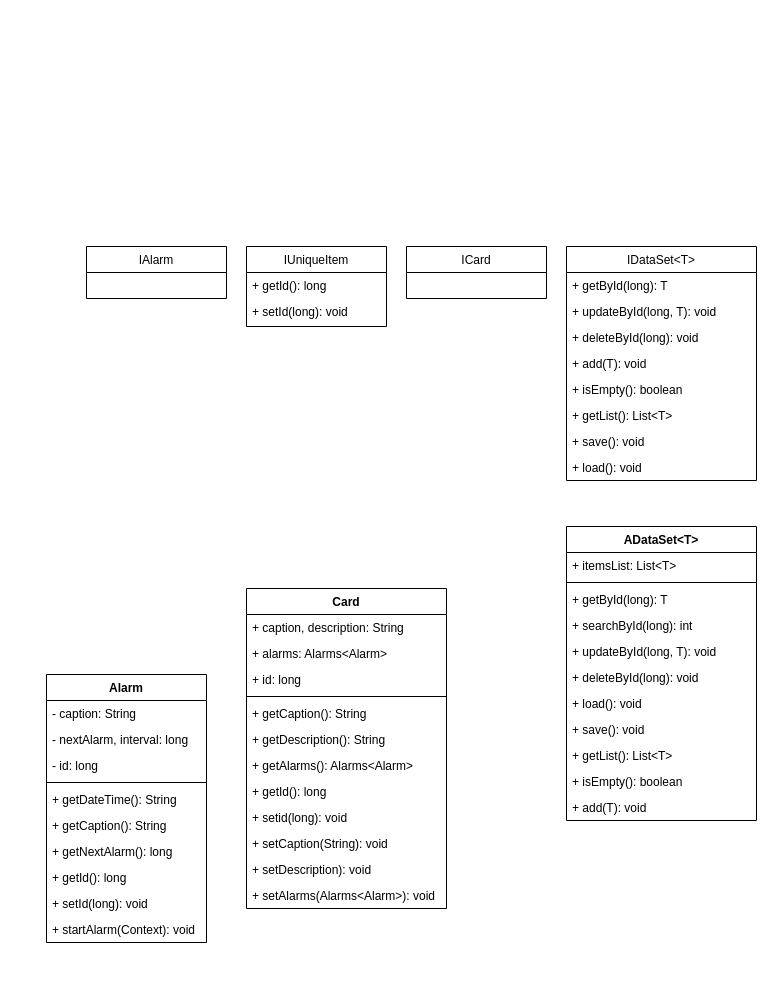
Above: Model Diagram.drawio in Fake-Make/Dont_Forget (draw.io), before the change. Source tidied: cells renumbered, new cells numbered last; positions are measured from the earlier drawing's top-left corner, leaving out a move shared by most shapes. Both pictures are drawn from the tidied source at 100%, with x=0, y=0 at pixel (46, 246).
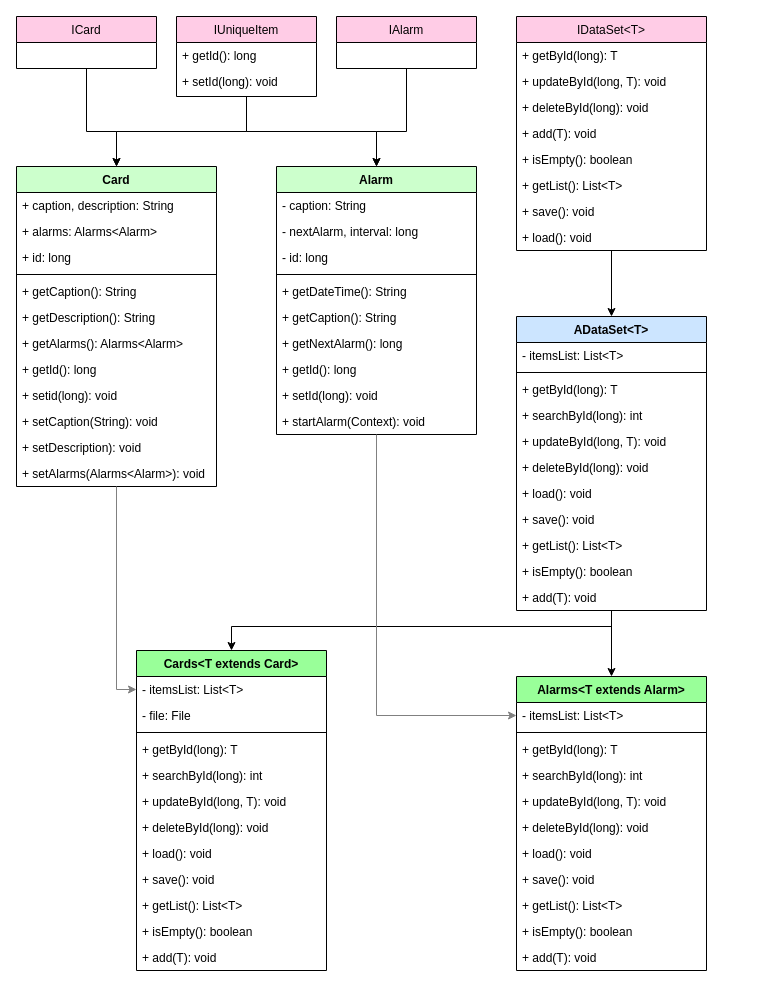
The same diagram, later.

Change to the diagram source:
```diff
@@
-    <mxCell id="2" value="IAlarm" style="swimlane;fontStyle=0;horizontal=1;startSize=26;fillColor=none;" parent="1" vertex="1">
-      <mxGeometry x="40" width="140" height="52" as="geometry" />
-    </mxCell>
-    <mxCell id="3" value="ICard" style="swimlane;fontStyle=0;horizontal=1;startSize=26;fillColor=none;" parent="1" vertex="1">
-      <mxGeometry x="360" width="140" height="52" as="geometry" />
-    </mxCell>
-    <mxCell id="4" value="IUniqueItem" style="swimlane;fontStyle=0;horizontal=1;startSize=26;fillColor=none;" parent="1" vertex="1">
-      <mxGeometry x="200" width="140" height="80" as="geometry" />
-    </mxCell>
-    <mxCell id="5" value="+ getId(): long" style="text;strokeColor=none;fillColor=none;align=left;verticalAlign=top;spacingLeft=4;spacingRight=4;overflow=hidden;" parent="4" vertex="1">
-      <mxGeometry y="26" width="140" height="26" as="geometry" />
-    </mxCell>
-    <mxCell id="6" value="+ setId(long): void" style="text;strokeColor=none;fillColor=none;align=left;verticalAlign=top;spacingLeft=4;spacingRight=4;overflow=hidden;" parent="4" vertex="1">
-      <mxGeometry y="52" width="140" height="28" as="geometry" />
-    </mxCell>
+    <mxCell id="52" style="group;" parent="1" vertex="1">
+      <mxGeometry x="-30" y="-230" width="690" height="954" as="geometry" />
+    </mxCell>
-    <mxCell id="7" value="IDataSet&lt;T&gt;" style="swimlane;fontStyle=0;horizontal=1;startSize=26;fillColor=none;" parent="1" vertex="1">
-      <mxGeometry x="520" width="190" height="234" as="geometry" />
+    <mxCell id="7" value="IDataSet&lt;T&gt;" style="swimlane;fontStyle=0;horizontal=1;startSize=26;fillColor=#FFCCE6;" parent="52" vertex="1">
+      <mxGeometry x="500" width="190" height="234" as="geometry" />
     </mxCell>
@@
+    <mxCell id="40" value="ADataSet&lt;T&gt;" style="swimlane;fontStyle=1;align=center;verticalAlign=top;horizontal=1;startSize=26;fillColor=#CCE5FF;" parent="52" vertex="1">
+      <mxGeometry x="500" y="300" width="190" height="294" as="geometry" />
+    </mxCell>
+    <mxCell id="41" value="- itemsList: List&lt;T&gt;" style="text;strokeColor=none;fillColor=none;align=left;verticalAlign=top;spacingLeft=4;spacingRight=4;overflow=hidden;" parent="40" vertex="1">
+      <mxGeometry y="26" width="190" height="26" as="geometry" />
+    </mxCell>
+    <mxCell id="42" style="line;strokeWidth=1;fillColor=none;align=left;verticalAlign=middle;spacingTop=-1;spacingLeft=3;spacingRight=3;labelPosition=right;" parent="40" vertex="1">
+      <mxGeometry y="52" width="190" height="8" as="geometry" />
+    </mxCell>
+    <mxCell id="43" value="+ getById(long): T" style="text;strokeColor=none;fillColor=none;align=left;verticalAlign=top;spacingLeft=4;spacingRight=4;overflow=hidden;" parent="40" vertex="1">
+      <mxGeometry y="60" width="190" height="26" as="geometry" />
+    </mxCell>
+    <mxCell id="44" value="+ searchById(long): int" style="text;strokeColor=none;fillColor=none;align=left;verticalAlign=top;spacingLeft=4;spacingRight=4;overflow=hidden;" parent="40" vertex="1">
+      <mxGeometry y="86" width="190" height="26" as="geometry" />
+    </mxCell>
+    <mxCell id="45" value="+ updateById(long, T): void" style="text;strokeColor=none;fillColor=none;align=left;verticalAlign=top;spacingLeft=4;spacingRight=4;overflow=hidden;" parent="40" vertex="1">
+      <mxGeometry y="112" width="190" height="26" as="geometry" />
+    </mxCell>
+    <mxCell id="46" value="+ deleteById(long): void" style="text;strokeColor=none;fillColor=none;align=left;verticalAlign=top;spacingLeft=4;spacingRight=4;overflow=hidden;" parent="40" vertex="1">
+      <mxGeometry y="138" width="190" height="26" as="geometry" />
+    </mxCell>
+    <mxCell id="47" value="+ load(): void" style="text;strokeColor=none;fillColor=none;align=left;verticalAlign=top;spacingLeft=4;spacingRight=4;overflow=hidden;" parent="40" vertex="1">
+      <mxGeometry y="164" width="190" height="26" as="geometry" />
+    </mxCell>
+    <mxCell id="48" value="+ save(): void" style="text;strokeColor=none;fillColor=none;align=left;verticalAlign=top;spacingLeft=4;spacingRight=4;overflow=hidden;" parent="40" vertex="1">
+      <mxGeometry y="190" width="190" height="26" as="geometry" />
+    </mxCell>
+    <mxCell id="49" value="+ getList(): List&lt;T&gt;" style="text;strokeColor=none;fillColor=none;align=left;verticalAlign=top;spacingLeft=4;spacingRight=4;overflow=hidden;" parent="40" vertex="1">
+      <mxGeometry y="216" width="190" height="26" as="geometry" />
+    </mxCell>
+    <mxCell id="50" value="+ isEmpty(): boolean" style="text;strokeColor=none;fillColor=none;align=left;verticalAlign=top;spacingLeft=4;spacingRight=4;overflow=hidden;" parent="40" vertex="1">
+      <mxGeometry y="242" width="190" height="26" as="geometry" />
+    </mxCell>
+    <mxCell id="51" value="+ add(T): void" style="text;strokeColor=none;fillColor=none;align=left;verticalAlign=top;spacingLeft=4;spacingRight=4;overflow=hidden;" parent="40" vertex="1">
+      <mxGeometry y="268" width="190" height="26" as="geometry" />
+    </mxCell>
+    <mxCell id="53" style="edgeStyle=orthogonalEdgeStyle;rounded=0;jettySize=auto;html=1;entryX=0.5;entryY=0;entryDx=0;entryDy=0;" parent="52" edge="1" source="7" target="40">
+      <mxGeometry relative="1" as="geometry" />
+    </mxCell>
+    <mxCell id="54" value="Alarms&lt;T extends Alarm&gt;" style="swimlane;fontStyle=1;align=center;verticalAlign=top;horizontal=1;startSize=26;fillColor=#99FF99;" parent="52" vertex="1">
+      <mxGeometry x="500" y="660" width="190" height="294" as="geometry" />
+    </mxCell>
+    <mxCell id="55" value="- itemsList: List&lt;T&gt;" style="text;strokeColor=none;fillColor=none;align=left;verticalAlign=top;spacingLeft=4;spacingRight=4;overflow=hidden;points=[[0,0.5],[1,0.5]];portConstraint=eastwest;" parent="54" vertex="1">
+      <mxGeometry y="26" width="190" height="26" as="geometry" />
+    </mxCell>
+    <mxCell id="56" style="line;strokeWidth=1;fillColor=none;align=left;verticalAlign=middle;spacingTop=-1;spacingLeft=3;spacingRight=3;labelPosition=right;" parent="54" vertex="1">
+      <mxGeometry y="52" width="190" height="8" as="geometry" />
+    </mxCell>
+    <mxCell id="57" value="+ getById(long): T" style="text;strokeColor=none;fillColor=none;align=left;verticalAlign=top;spacingLeft=4;spacingRight=4;overflow=hidden;" parent="54" vertex="1">
+      <mxGeometry y="60" width="190" height="26" as="geometry" />
+    </mxCell>
+    <mxCell id="58" value="+ searchById(long): int" style="text;strokeColor=none;fillColor=none;align=left;verticalAlign=top;spacingLeft=4;spacingRight=4;overflow=hidden;" parent="54" vertex="1">
+      <mxGeometry y="86" width="190" height="26" as="geometry" />
+    </mxCell>
+    <mxCell id="59" value="+ updateById(long, T): void" style="text;strokeColor=none;fillColor=none;align=left;verticalAlign=top;spacingLeft=4;spacingRight=4;overflow=hidden;" parent="54" vertex="1">
+      <mxGeometry y="112" width="190" height="26" as="geometry" />
+    </mxCell>
+    <mxCell id="60" value="+ deleteById(long): void" style="text;strokeColor=none;fillColor=none;align=left;verticalAlign=top;spacingLeft=4;spacingRight=4;overflow=hidden;" parent="54" vertex="1">
+      <mxGeometry y="138" width="190" height="26" as="geometry" />
+    </mxCell>
+    <mxCell id="61" value="+ load(): void" style="text;strokeColor=none;fillColor=none;align=left;verticalAlign=top;spacingLeft=4;spacingRight=4;overflow=hidden;" parent="54" vertex="1">
+      <mxGeometry y="164" width="190" height="26" as="geometry" />
+    </mxCell>
+    <mxCell id="62" value="+ save(): void" style="text;strokeColor=none;fillColor=none;align=left;verticalAlign=top;spacingLeft=4;spacingRight=4;overflow=hidden;" parent="54" vertex="1">
+      <mxGeometry y="190" width="190" height="26" as="geometry" />
+    </mxCell>
+    <mxCell id="63" value="+ getList(): List&lt;T&gt;" style="text;strokeColor=none;fillColor=none;align=left;verticalAlign=top;spacingLeft=4;spacingRight=4;overflow=hidden;" parent="54" vertex="1">
+      <mxGeometry y="216" width="190" height="26" as="geometry" />
+    </mxCell>
+    <mxCell id="64" value="+ isEmpty(): boolean" style="text;strokeColor=none;fillColor=none;align=left;verticalAlign=top;spacingLeft=4;spacingRight=4;overflow=hidden;" parent="54" vertex="1">
+      <mxGeometry y="242" width="190" height="26" as="geometry" />
+    </mxCell>
+    <mxCell id="65" value="+ add(T): void" style="text;strokeColor=none;fillColor=none;align=left;verticalAlign=top;spacingLeft=4;spacingRight=4;overflow=hidden;" parent="54" vertex="1">
+      <mxGeometry y="268" width="190" height="26" as="geometry" />
+    </mxCell>
+    <mxCell id="66" style="edgeStyle=orthogonalEdgeStyle;rounded=0;jettySize=auto;html=1;" parent="52" edge="1" source="40" target="54">
+      <mxGeometry relative="1" as="geometry" />
+    </mxCell>
+    <mxCell id="67" value="Cards&lt;T extends Card&gt;" style="swimlane;fontStyle=1;align=center;verticalAlign=top;horizontal=1;startSize=26;fillColor=#99FF99;" parent="52" vertex="1">
+      <mxGeometry x="120" y="634" width="190" height="320" as="geometry" />
+    </mxCell>
+    <mxCell id="68" value="- itemsList: List&lt;T&gt;" style="text;strokeColor=none;fillColor=none;align=left;verticalAlign=top;spacingLeft=4;spacingRight=4;overflow=hidden;points=[[0,0.5],[1,0.5]];portConstraint=eastwest;" parent="67" vertex="1">
+      <mxGeometry y="26" width="190" height="26" as="geometry" />
+    </mxCell>
+    <mxCell id="69" value="- file: File" style="text;strokeColor=none;fillColor=none;align=left;verticalAlign=top;spacingLeft=4;spacingRight=4;overflow=hidden;" parent="67" vertex="1">
+      <mxGeometry y="52" width="190" height="26" as="geometry" />
+    </mxCell>
+    <mxCell id="70" style="line;strokeWidth=1;fillColor=none;align=left;verticalAlign=middle;spacingTop=-1;spacingLeft=3;spacingRight=3;labelPosition=right;" parent="67" vertex="1">
+      <mxGeometry y="78" width="190" height="8" as="geometry" />
+    </mxCell>
+    <mxCell id="71" value="+ getById(long): T" style="text;strokeColor=none;fillColor=none;align=left;verticalAlign=top;spacingLeft=4;spacingRight=4;overflow=hidden;" parent="67" vertex="1">
+      <mxGeometry y="86" width="190" height="26" as="geometry" />
+    </mxCell>
+    <mxCell id="72" value="+ searchById(long): int" style="text;strokeColor=none;fillColor=none;align=left;verticalAlign=top;spacingLeft=4;spacingRight=4;overflow=hidden;" parent="67" vertex="1">
+      <mxGeometry y="112" width="190" height="26" as="geometry" />
+    </mxCell>
+    <mxCell id="73" value="+ updateById(long, T): void" style="text;strokeColor=none;fillColor=none;align=left;verticalAlign=top;spacingLeft=4;spacingRight=4;overflow=hidden;" parent="67" vertex="1">
+      <mxGeometry y="138" width="190" height="26" as="geometry" />
+    </mxCell>
+    <mxCell id="74" value="+ deleteById(long): void" style="text;strokeColor=none;fillColor=none;align=left;verticalAlign=top;spacingLeft=4;spacingRight=4;overflow=hidden;" parent="67" vertex="1">
+      <mxGeometry y="164" width="190" height="26" as="geometry" />
+    </mxCell>
+    <mxCell id="75" value="+ load(): void" style="text;strokeColor=none;fillColor=none;align=left;verticalAlign=top;spacingLeft=4;spacingRight=4;overflow=hidden;" parent="67" vertex="1">
+      <mxGeometry y="190" width="190" height="26" as="geometry" />
+    </mxCell>
+    <mxCell id="76" value="+ save(): void" style="text;strokeColor=none;fillColor=none;align=left;verticalAlign=top;spacingLeft=4;spacingRight=4;overflow=hidden;" parent="67" vertex="1">
+      <mxGeometry y="216" width="190" height="26" as="geometry" />
+    </mxCell>
+    <mxCell id="77" value="+ getList(): List&lt;T&gt;" style="text;strokeColor=none;fillColor=none;align=left;verticalAlign=top;spacingLeft=4;spacingRight=4;overflow=hidden;" parent="67" vertex="1">
+      <mxGeometry y="242" width="190" height="26" as="geometry" />
+    </mxCell>
+    <mxCell id="78" value="+ isEmpty(): boolean" style="text;strokeColor=none;fillColor=none;align=left;verticalAlign=top;spacingLeft=4;spacingRight=4;overflow=hidden;" parent="67" vertex="1">
+      <mxGeometry y="268" width="190" height="26" as="geometry" />
+    </mxCell>
+    <mxCell id="79" value="+ add(T): void" style="text;strokeColor=none;fillColor=none;align=left;verticalAlign=top;spacingLeft=4;spacingRight=4;overflow=hidden;" parent="67" vertex="1">
+      <mxGeometry y="294" width="190" height="26" as="geometry" />
+    </mxCell>
+    <mxCell id="80" style="edgeStyle=orthogonalEdgeStyle;rounded=0;jettySize=auto;html=1;" parent="52" edge="1" source="40" target="67">
+      <mxGeometry relative="1" as="geometry">
+        <Array as="points">
+          <mxPoint x="595" y="610" />
+          <mxPoint x="215" y="610" />
+        </Array>
+      </mxGeometry>
+    </mxCell>
+    <mxCell id="2" value="IAlarm" style="swimlane;fontStyle=0;horizontal=1;startSize=26;fillColor=#FFCCE6;" parent="52" vertex="1">
+      <mxGeometry x="320" width="140" height="52" as="geometry" />
+    </mxCell>
+    <mxCell id="3" value="ICard" style="swimlane;fontStyle=0;horizontal=1;startSize=26;fillColor=#FFCCE6;" parent="52" vertex="1">
+      <mxGeometry width="140" height="52" as="geometry" />
+    </mxCell>
+    <mxCell id="4" value="IUniqueItem" style="swimlane;fontStyle=0;horizontal=1;startSize=26;fillColor=#FFCCE6;" parent="52" vertex="1">
+      <mxGeometry x="160" width="140" height="80" as="geometry" />
+    </mxCell>
+    <mxCell id="5" value="+ getId(): long" style="text;strokeColor=none;fillColor=none;align=left;verticalAlign=top;spacingLeft=4;spacingRight=4;overflow=hidden;" parent="4" vertex="1">
+      <mxGeometry y="26" width="140" height="26" as="geometry" />
+    </mxCell>
+    <mxCell id="6" value="+ setId(long): void" style="text;strokeColor=none;fillColor=none;align=left;verticalAlign=top;spacingLeft=4;spacingRight=4;overflow=hidden;" parent="4" vertex="1">
+      <mxGeometry y="52" width="140" height="28" as="geometry" />
+    </mxCell>
-    <mxCell id="16" value="Alarm" style="swimlane;fontStyle=1;align=center;verticalAlign=top;horizontal=1;startSize=26;" parent="1" vertex="1">
-      <mxGeometry y="428" width="160" height="268" as="geometry" />
+    <mxCell id="16" value="Alarm" style="swimlane;fontStyle=1;align=center;verticalAlign=top;horizontal=1;startSize=26;fillColor=#CCFFCC;" parent="52" vertex="1">
+      <mxGeometry x="260" y="150" width="200" height="268" as="geometry" />
     </mxCell>
     <mxCell id="17" value="- caption: String" style="text;strokeColor=none;fillColor=none;align=left;verticalAlign=top;spacingLeft=4;spacingRight=4;overflow=hidden;" parent="16" vertex="1">
-      <mxGeometry y="26" width="160" height="26" as="geometry" />
+      <mxGeometry y="26" width="200" height="26" as="geometry" />
     </mxCell>
     <mxCell id="18" value="- nextAlarm, interval: long" style="text;strokeColor=none;fillColor=none;align=left;verticalAlign=top;spacingLeft=4;spacingRight=4;overflow=hidden;" parent="16" vertex="1">
-      <mxGeometry y="52" width="160" height="26" as="geometry" />
+      <mxGeometry y="52" width="200" height="26" as="geometry" />
     </mxCell>
     <mxCell id="19" value="- id: long" style="text;strokeColor=none;fillColor=none;align=left;verticalAlign=top;spacingLeft=4;spacingRight=4;overflow=hidden;" parent="16" vertex="1">
-      <mxGeometry y="78" width="160" height="26" as="geometry" />
+      <mxGeometry y="78" width="200" height="26" as="geometry" />
     </mxCell>
     <mxCell id="20" style="line;strokeWidth=1;fillColor=none;align=left;verticalAlign=middle;spacingTop=-1;spacingLeft=3;spacingRight=3;labelPosition=right;" parent="16" vertex="1">
-      <mxGeometry y="104" width="160" height="8" as="geometry" />
+      <mxGeometry y="104" width="200" height="8" as="geometry" />
     </mxCell>
     <mxCell id="21" value="+ getDateTime(): String" style="text;strokeColor=none;fillColor=none;align=left;verticalAlign=top;spacingLeft=4;spacingRight=4;overflow=hidden;" parent="16" vertex="1">
-      <mxGeometry y="112" width="160" height="26" as="geometry" />
+      <mxGeometry y="112" width="200" height="26" as="geometry" />
     </mxCell>
     <mxCell id="22" value="+ getCaption(): String" style="text;strokeColor=none;fillColor=none;align=left;verticalAlign=top;spacingLeft=4;spacingRight=4;overflow=hidden;" parent="16" vertex="1">
-      <mxGeometry y="138" width="160" height="26" as="geometry" />
+      <mxGeometry y="138" width="200" height="26" as="geometry" />
     </mxCell>
     <mxCell id="23" value="+ getNextAlarm(): long" style="text;strokeColor=none;fillColor=none;align=left;verticalAlign=top;spacingLeft=4;spacingRight=4;overflow=hidden;" parent="16" vertex="1">
-      <mxGeometry y="164" width="160" height="26" as="geometry" />
+      <mxGeometry y="164" width="200" height="26" as="geometry" />
     </mxCell>
     <mxCell id="24" value="+ getId(): long" style="text;strokeColor=none;fillColor=none;align=left;verticalAlign=top;spacingLeft=4;spacingRight=4;overflow=hidden;" parent="16" vertex="1">
-      <mxGeometry y="190" width="160" height="26" as="geometry" />
+      <mxGeometry y="190" width="200" height="26" as="geometry" />
     </mxCell>
     <mxCell id="25" value="+ setId(long): void" style="text;strokeColor=none;fillColor=none;align=left;verticalAlign=top;spacingLeft=4;spacingRight=4;overflow=hidden;" parent="16" vertex="1">
-      <mxGeometry y="216" width="160" height="26" as="geometry" />
+      <mxGeometry y="216" width="200" height="26" as="geometry" />
     </mxCell>
     <mxCell id="26" value="+ startAlarm(Context): void" style="text;strokeColor=none;fillColor=none;align=left;verticalAlign=top;spacingLeft=4;spacingRight=4;overflow=hidden;" parent="16" vertex="1">
-      <mxGeometry y="242" width="160" height="26" as="geometry" />
+      <mxGeometry y="242" width="200" height="26" as="geometry" />
     </mxCell>
+    <mxCell id="81" style="edgeStyle=orthogonalEdgeStyle;rounded=0;jettySize=auto;html=1;exitX=0.5;exitY=1;exitDx=0;exitDy=0;entryX=0.5;entryY=0;entryDx=0;entryDy=0;" parent="52" edge="1" source="2" target="16">
+      <mxGeometry relative="1" as="geometry">
+        <Array as="points">
+          <mxPoint x="390" y="115" />
+          <mxPoint x="360" y="115" />
+        </Array>
+      </mxGeometry>
+    </mxCell>
+    <mxCell id="82" style="edgeStyle=orthogonalEdgeStyle;rounded=0;jettySize=auto;html=1;entryX=0;entryY=0.5;entryDx=0;entryDy=0;strokeColor=#808080;" parent="52" edge="1" source="16" target="55">
+      <mxGeometry relative="1" as="geometry">
+        <Array as="points">
+          <mxPoint x="360" y="699" />
+        </Array>
+      </mxGeometry>
+    </mxCell>
+    <mxCell id="83" style="edgeStyle=orthogonalEdgeStyle;rounded=0;jettySize=auto;html=1;entryX=0.5;entryY=0;entryDx=0;entryDy=0;" parent="52" edge="1" source="4" target="16">
+      <mxGeometry relative="1" as="geometry" />
+    </mxCell>
-    <mxCell id="27" value="Card" style="swimlane;fontStyle=1;align=center;verticalAlign=top;horizontal=1;startSize=26;" parent="1" vertex="1">
-      <mxGeometry x="200" y="342" width="200" height="320" as="geometry" />
+    <mxCell id="27" value="Card" style="swimlane;fontStyle=1;align=center;verticalAlign=top;horizontal=1;startSize=26;fillColor=#CCFFCC;" parent="52" vertex="1">
+      <mxGeometry y="150" width="200" height="320" as="geometry" />
     </mxCell>
@@
-    <mxCell id="40" value="ADataSet&lt;T&gt;" style="swimlane;fontStyle=1;align=center;verticalAlign=top;horizontal=1;startSize=26;" parent="1" vertex="1">
-      <mxGeometry x="520" y="280" width="190" height="294" as="geometry" />
-    </mxCell>
-    <mxCell id="41" value="+ itemsList: List&lt;T&gt;" style="text;strokeColor=none;fillColor=none;align=left;verticalAlign=top;spacingLeft=4;spacingRight=4;overflow=hidden;" parent="40" vertex="1">
-      <mxGeometry y="26" width="190" height="26" as="geometry" />
-    </mxCell>
-    <mxCell id="42" style="line;strokeWidth=1;fillColor=none;align=left;verticalAlign=middle;spacingTop=-1;spacingLeft=3;spacingRight=3;labelPosition=right;" parent="40" vertex="1">
-      <mxGeometry y="52" width="190" height="8" as="geometry" />
-    </mxCell>
-    <mxCell id="43" value="+ getById(long): T" style="text;strokeColor=none;fillColor=none;align=left;verticalAlign=top;spacingLeft=4;spacingRight=4;overflow=hidden;" parent="40" vertex="1">
-      <mxGeometry y="60" width="190" height="26" as="geometry" />
-    </mxCell>
-    <mxCell id="44" value="+ searchById(long): int" style="text;strokeColor=none;fillColor=none;align=left;verticalAlign=top;spacingLeft=4;spacingRight=4;overflow=hidden;" parent="40" vertex="1">
-      <mxGeometry y="86" width="190" height="26" as="geometry" />
-    </mxCell>
-    <mxCell id="45" value="+ updateById(long, T): void" style="text;strokeColor=none;fillColor=none;align=left;verticalAlign=top;spacingLeft=4;spacingRight=4;overflow=hidden;" parent="40" vertex="1">
-      <mxGeometry y="112" width="190" height="26" as="geometry" />
-    </mxCell>
-    <mxCell id="46" value="+ deleteById(long): void" style="text;strokeColor=none;fillColor=none;align=left;verticalAlign=top;spacingLeft=4;spacingRight=4;overflow=hidden;" parent="40" vertex="1">
-      <mxGeometry y="138" width="190" height="26" as="geometry" />
-    </mxCell>
-    <mxCell id="47" value="+ load(): void" style="text;strokeColor=none;fillColor=none;align=left;verticalAlign=top;spacingLeft=4;spacingRight=4;overflow=hidden;" parent="40" vertex="1">
-      <mxGeometry y="164" width="190" height="26" as="geometry" />
-    </mxCell>
-    <mxCell id="48" value="+ save(): void" style="text;strokeColor=none;fillColor=none;align=left;verticalAlign=top;spacingLeft=4;spacingRight=4;overflow=hidden;" parent="40" vertex="1">
-      <mxGeometry y="190" width="190" height="26" as="geometry" />
-    </mxCell>
-    <mxCell id="49" value="+ getList(): List&lt;T&gt;" style="text;strokeColor=none;fillColor=none;align=left;verticalAlign=top;spacingLeft=4;spacingRight=4;overflow=hidden;" parent="40" vertex="1">
-      <mxGeometry y="216" width="190" height="26" as="geometry" />
-    </mxCell>
-    <mxCell id="50" value="+ isEmpty(): boolean" style="text;strokeColor=none;fillColor=none;align=left;verticalAlign=top;spacingLeft=4;spacingRight=4;overflow=hidden;" parent="40" vertex="1">
-      <mxGeometry y="242" width="190" height="26" as="geometry" />
-    </mxCell>
-    <mxCell id="51" value="+ add(T): void" style="text;strokeColor=none;fillColor=none;align=left;verticalAlign=top;spacingLeft=4;spacingRight=4;overflow=hidden;" parent="40" vertex="1">
-      <mxGeometry y="268" width="190" height="26" as="geometry" />
-    </mxCell>
+    <mxCell id="84" style="edgeStyle=orthogonalEdgeStyle;rounded=0;jettySize=auto;html=1;exitX=0.5;exitY=1;exitDx=0;exitDy=0;entryX=0.5;entryY=0;entryDx=0;entryDy=0;" parent="52" edge="1" source="3" target="27">
+      <mxGeometry relative="1" as="geometry">
+        <Array as="points">
+          <mxPoint x="70" y="115" />
+          <mxPoint x="100" y="115" />
+        </Array>
+      </mxGeometry>
+    </mxCell>
+    <mxCell id="85" style="edgeStyle=orthogonalEdgeStyle;rounded=0;jettySize=auto;html=1;entryX=0.5;entryY=0;entryDx=0;entryDy=0;" parent="52" edge="1" source="4" target="27">
+      <mxGeometry relative="1" as="geometry" />
+    </mxCell>
+    <mxCell id="86" style="edgeStyle=orthogonalEdgeStyle;rounded=0;jettySize=auto;html=1;entryX=0;entryY=0.5;entryDx=0;entryDy=0;strokeColor=#808080;" parent="52" edge="1" source="27" target="68">
+      <mxGeometry relative="1" as="geometry" />
+    </mxCell>
```
